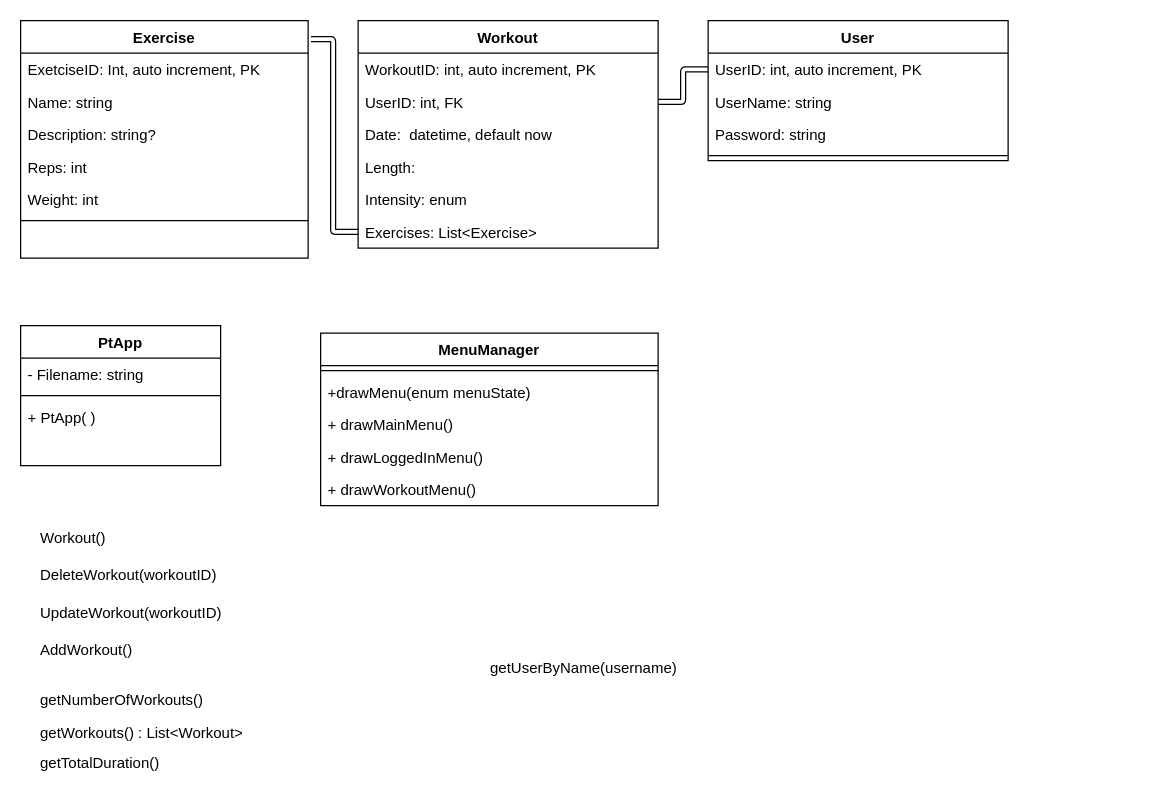
The draw.io diagram Drawio/klassdiagram.drawio in ispyspiders/projekt, before the edit. Source tidied: cells renumbered, new cells numbered last; positions are measured from the earlier drawing's top-left corner, leaving out a move shared by most shapes. Both pictures are drawn from the tidied source at 125%, with x=0, y=0 at pixel (20, 20).
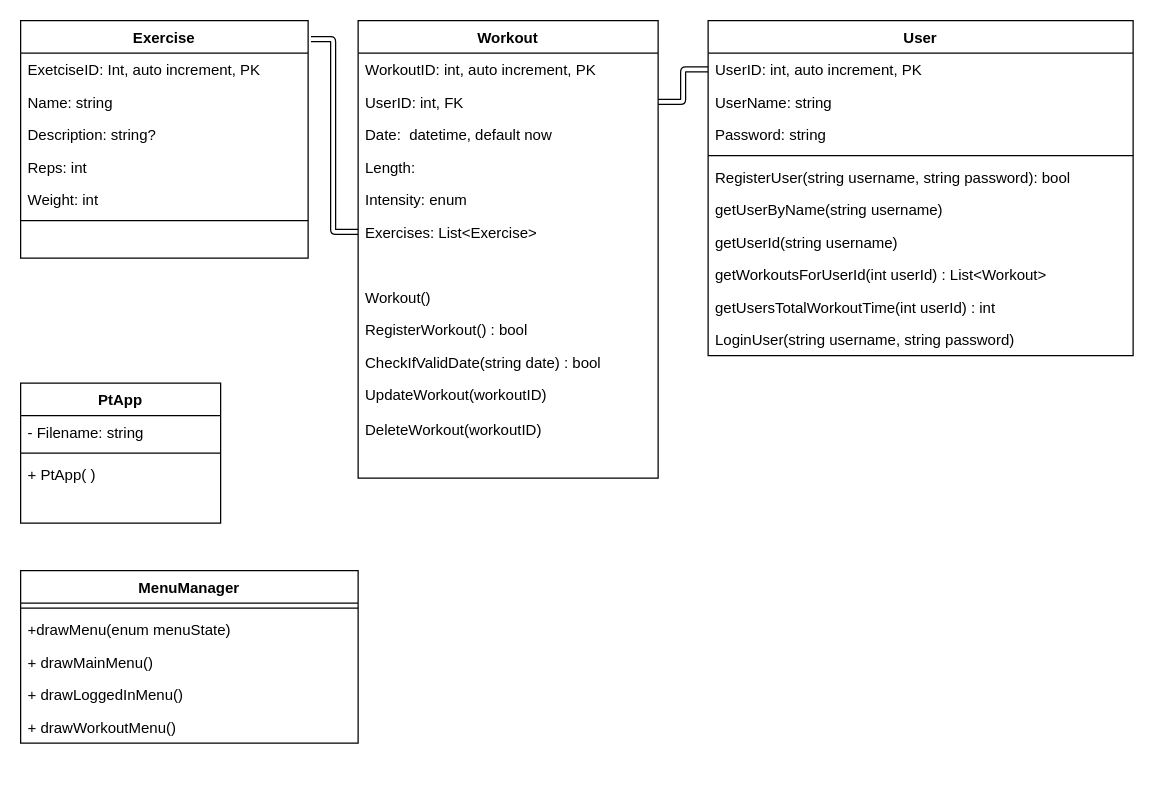
Above is the later version.

Commit message:
uppdaterat klassdiagram

The edit, as a diff of the source:
```diff
@@
     <mxCell id="11" value="Workout" style="swimlane;fontStyle=1;align=center;verticalAlign=top;horizontal=1;startSize=26;" parent="1" vertex="1">
-      <mxGeometry x="270" width="240" height="182" as="geometry" />
+      <mxGeometry x="270" width="240" height="366" as="geometry" />
     </mxCell>
@@
+    <mxCell id="43" style="text;strokeColor=none;fillColor=none;align=left;verticalAlign=top;spacingLeft=4;spacingRight=4;overflow=hidden;" parent="11" vertex="1">
+      <mxGeometry y="182" width="240" height="26" as="geometry" />
+    </mxCell>
+    <mxCell id="35" value="Workout()" style="text;strokeColor=none;fillColor=none;align=left;verticalAlign=top;spacingLeft=4;spacingRight=4;overflow=hidden;" parent="11" vertex="1">
+      <mxGeometry y="208" width="240" height="26" as="geometry" />
+    </mxCell>
+    <mxCell id="44" value="RegisterWorkout() : bool" style="text;strokeColor=none;fillColor=none;align=left;verticalAlign=top;spacingLeft=4;spacingRight=4;overflow=hidden;" parent="11" vertex="1">
+      <mxGeometry y="234" width="240" height="26" as="geometry" />
+    </mxCell>
+    <mxCell id="45" value="CheckIfValidDate(string date) : bool" style="text;strokeColor=none;fillColor=none;align=left;verticalAlign=top;spacingLeft=4;spacingRight=4;overflow=hidden;" parent="11" vertex="1">
+      <mxGeometry y="260" width="240" height="26" as="geometry" />
+    </mxCell>
+    <mxCell id="33" value="UpdateWorkout(workoutID)" style="text;strokeColor=none;fillColor=none;align=left;verticalAlign=top;spacingLeft=4;spacingRight=4;overflow=hidden;" parent="11" vertex="1">
+      <mxGeometry y="286" width="240" height="28" as="geometry" />
+    </mxCell>
+    <mxCell id="34" value="DeleteWorkout(workoutID)" style="text;strokeColor=none;fillColor=none;align=left;verticalAlign=top;spacingLeft=4;spacingRight=4;overflow=hidden;" parent="11" vertex="1">
+      <mxGeometry y="314" width="240" height="26" as="geometry" />
+    </mxCell>
+    <mxCell id="46" style="text;strokeColor=none;fillColor=none;align=left;verticalAlign=top;spacingLeft=4;spacingRight=4;overflow=hidden;" parent="11" vertex="1">
+      <mxGeometry y="340" width="240" height="26" as="geometry" />
+    </mxCell>
     <mxCell id="18" value="User" style="swimlane;fontStyle=1;align=center;verticalAlign=top;horizontal=1;startSize=26;" parent="1" vertex="1">
-      <mxGeometry x="550" width="240" height="112" as="geometry" />
+      <mxGeometry x="550" width="340" height="268" as="geometry" />
     </mxCell>
     <mxCell id="19" value="UserID: int, auto increment, PK" style="text;strokeColor=none;fillColor=none;align=left;verticalAlign=top;spacingLeft=4;spacingRight=4;overflow=hidden;points=[[0,0.5],[1,0.5]];portConstraint=eastwest;" parent="18" vertex="1">
-      <mxGeometry y="26" width="240" height="26" as="geometry" />
+      <mxGeometry y="26" width="340" height="26" as="geometry" />
     </mxCell>
     <mxCell id="20" value="UserName: string" style="text;strokeColor=none;fillColor=none;align=left;verticalAlign=top;spacingLeft=4;spacingRight=4;overflow=hidden;" parent="18" vertex="1">
-      <mxGeometry y="52" width="240" height="26" as="geometry" />
+      <mxGeometry y="52" width="340" height="26" as="geometry" />
     </mxCell>
     <mxCell id="21" value="Password: string" style="text;strokeColor=none;fillColor=none;align=left;verticalAlign=top;spacingLeft=4;spacingRight=4;overflow=hidden;" parent="18" vertex="1">
-      <mxGeometry y="78" width="240" height="26" as="geometry" />
+      <mxGeometry y="78" width="340" height="26" as="geometry" />
     </mxCell>
     <mxCell id="22" style="line;strokeWidth=1;fillColor=none;align=left;verticalAlign=middle;spacingTop=-1;spacingLeft=3;spacingRight=3;labelPosition=right;strokeColor=inherit;" parent="18" vertex="1">
-      <mxGeometry y="104" width="240" height="8" as="geometry" />
+      <mxGeometry y="104" width="340" height="8" as="geometry" />
     </mxCell>
+    <mxCell id="47" value="RegisterUser(string username, string password): bool" style="text;strokeColor=none;fillColor=none;align=left;verticalAlign=top;spacingLeft=4;spacingRight=4;overflow=hidden;" parent="18" vertex="1">
+      <mxGeometry y="112" width="340" height="26" as="geometry" />
+    </mxCell>
+    <mxCell id="42" value="getUserByName(string username)" style="text;strokeColor=none;fillColor=none;align=left;verticalAlign=top;spacingLeft=4;spacingRight=4;overflow=hidden;" parent="18" vertex="1">
+      <mxGeometry y="138" width="340" height="26" as="geometry" />
+    </mxCell>
+    <mxCell id="48" value="getUserId(string username)" style="text;strokeColor=none;fillColor=none;align=left;verticalAlign=top;spacingLeft=4;spacingRight=4;overflow=hidden;" parent="18" vertex="1">
+      <mxGeometry y="164" width="340" height="26" as="geometry" />
+    </mxCell>
+    <mxCell id="29" value="getWorkoutsForUserId(int userId) : List&lt;Workout&gt;" style="text;strokeColor=none;fillColor=none;align=left;verticalAlign=top;spacingLeft=4;spacingRight=4;overflow=hidden;" parent="18" vertex="1">
+      <mxGeometry y="190" width="340" height="26" as="geometry" />
+    </mxCell>
+    <mxCell id="31" value="getUsersTotalWorkoutTime(int userId) : int " style="text;strokeColor=none;fillColor=none;align=left;verticalAlign=top;spacingLeft=4;spacingRight=4;overflow=hidden;" parent="18" vertex="1">
+      <mxGeometry y="216" width="340" height="26" as="geometry" />
+    </mxCell>
+    <mxCell id="49" value="LoginUser(string username, string password)" style="text;strokeColor=none;fillColor=none;align=left;verticalAlign=top;spacingLeft=4;spacingRight=4;overflow=hidden;" parent="18" vertex="1">
+      <mxGeometry y="242" width="340" height="26" as="geometry" />
+    </mxCell>
@@
     <mxCell id="24" value="PtApp" style="swimlane;fontStyle=1;align=center;verticalAlign=top;horizontal=1;startSize=26;" parent="1" vertex="1">
-      <mxGeometry y="244" width="160" height="112" as="geometry" />
+      <mxGeometry y="290" width="160" height="112" as="geometry" />
     </mxCell>
@@
-    <mxCell id="29" value="getWorkouts() : List&lt;Workout&gt;" style="text;strokeColor=none;fillColor=none;align=left;verticalAlign=top;spacingLeft=4;spacingRight=4;overflow=hidden;" parent="1" vertex="1">
-      <mxGeometry x="10" y="556" width="240" height="26" as="geometry" />
-    </mxCell>
-    <mxCell id="30" value="getNumberOfWorkouts()" style="text;strokeColor=none;fillColor=none;align=left;verticalAlign=top;spacingLeft=4;spacingRight=4;overflow=hidden;" parent="1" vertex="1">
-      <mxGeometry x="10" y="530" width="240" height="26" as="geometry" />
-    </mxCell>
-    <mxCell id="31" value="getTotalDuration()" style="text;strokeColor=none;fillColor=none;align=left;verticalAlign=top;spacingLeft=4;spacingRight=4;overflow=hidden;" parent="1" vertex="1">
-      <mxGeometry x="10" y="580" width="240" height="26" as="geometry" />
-    </mxCell>
-    <mxCell id="32" value="AddWorkout()" style="text;strokeColor=none;fillColor=none;align=left;verticalAlign=top;spacingLeft=4;spacingRight=4;overflow=hidden;" parent="1" vertex="1">
-      <mxGeometry x="10" y="490" width="240" height="26" as="geometry" />
-    </mxCell>
-    <mxCell id="33" value="UpdateWorkout(workoutID)" style="text;strokeColor=none;fillColor=none;align=left;verticalAlign=top;spacingLeft=4;spacingRight=4;overflow=hidden;" parent="1" vertex="1">
-      <mxGeometry x="10" y="460" width="240" height="28" as="geometry" />
-    </mxCell>
-    <mxCell id="34" value="DeleteWorkout(workoutID)" style="text;strokeColor=none;fillColor=none;align=left;verticalAlign=top;spacingLeft=4;spacingRight=4;overflow=hidden;" parent="1" vertex="1">
-      <mxGeometry x="10" y="430" width="240" height="26" as="geometry" />
-    </mxCell>
-    <mxCell id="35" value="Workout()" style="text;strokeColor=none;fillColor=none;align=left;verticalAlign=top;spacingLeft=4;spacingRight=4;overflow=hidden;" parent="1" vertex="1">
-      <mxGeometry x="10" y="400" width="240" height="26" as="geometry" />
-    </mxCell>
     <mxCell id="36" value="MenuManager" style="swimlane;fontStyle=1;align=center;verticalAlign=top;horizontal=1;startSize=26;" parent="1" vertex="1">
-      <mxGeometry x="240" y="250" width="270" height="138" as="geometry" />
+      <mxGeometry y="440" width="270" height="138" as="geometry" />
     </mxCell>
@@
-    <mxCell id="42" value="getUserByName(username)" style="text;strokeColor=none;fillColor=none;align=left;verticalAlign=top;spacingLeft=4;spacingRight=4;overflow=hidden;" parent="1" vertex="1">
-      <mxGeometry x="370" y="504" width="240" height="26" as="geometry" />
-    </mxCell>
```
